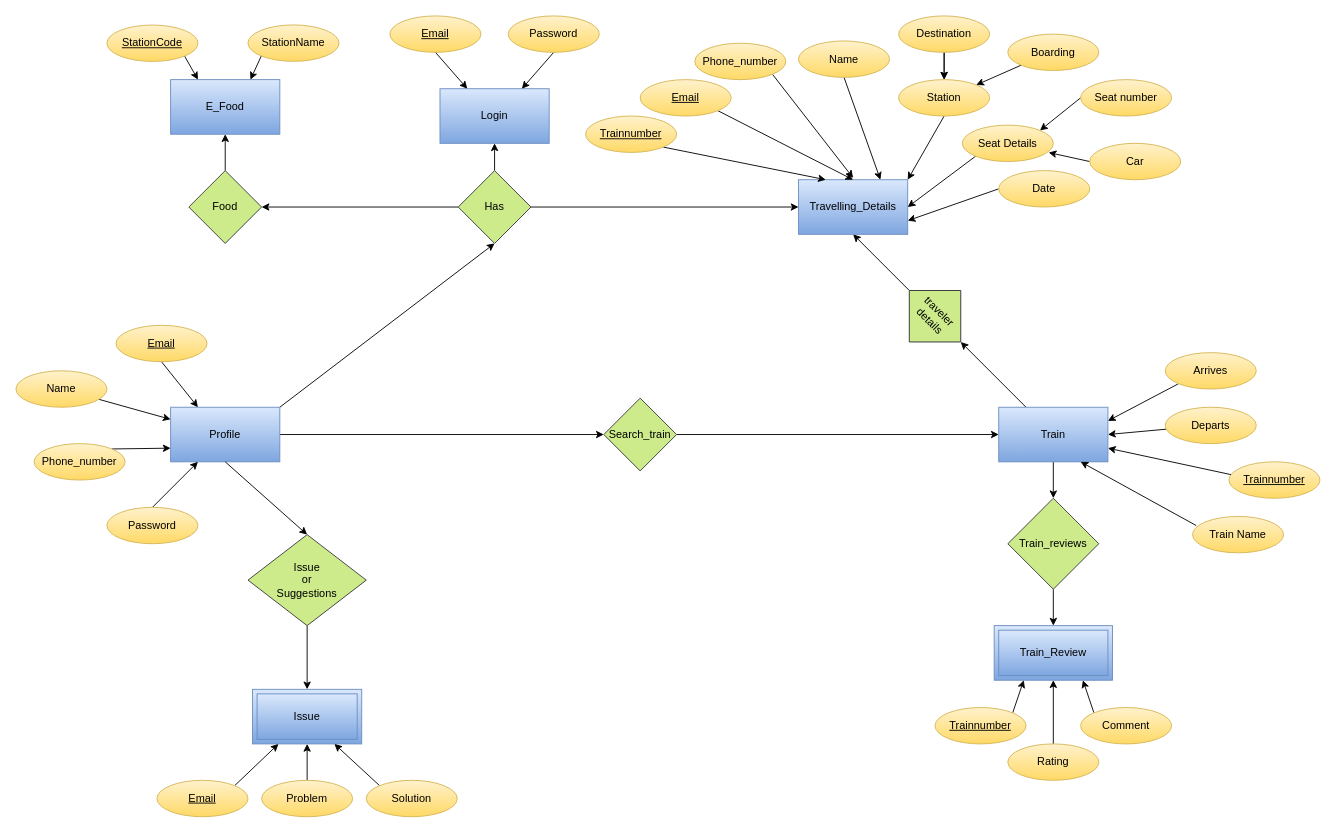
Earlier version of the draw.io diagram page "Page-1" (1 of 3) of ERdiagram.drawio (KarandeepSinghCoder/DBMSJcomponent). Source tidied: cells renumbered, new cells numbered last; positions are measured from the earlier drawing's top-left corner, leaving out a move shared by most shapes. Both pictures are drawn from the tidied source at 91%, with x=0, y=0 at pixel (15, 15).
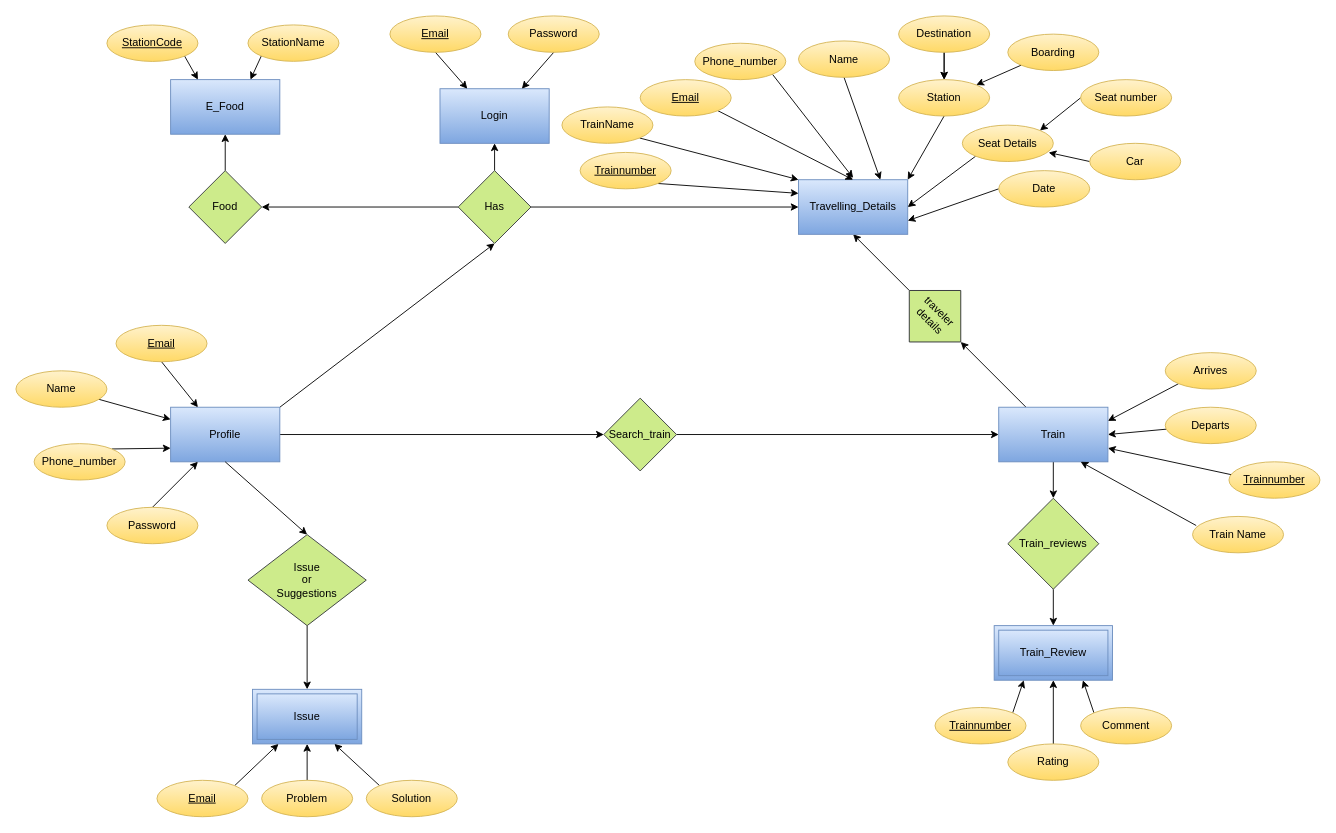
Above is the later version.

Unchanged cells that the change refers to:
```xml
<mxCell id="23" value="Travelling_Details" style="whiteSpace=wrap;html=1;rounded=0;fillColor=#dae8fc;strokeColor=#6c8ebf;gradientColor=#7ea6e0;" parent="1" vertex="1">
  <mxGeometry x="860" y="180" width="120" height="60" as="geometry" />
</mxCell>
```

Change to the diagram source:
```diff
@@
-    <mxCell id="59" style="edgeStyle=none;rounded=0;jettySize=auto;html=1;exitX=1;exitY=1;exitDx=0;exitDy=0;entryX=0.25;entryY=0;entryDx=0;entryDy=0;" parent="1" edge="1" source="60" target="23">
+    <mxCell id="59" style="edgeStyle=none;rounded=0;jettySize=auto;html=1;exitX=1;exitY=1;exitDx=0;exitDy=0;entryX=0;entryY=0.25;entryDx=0;entryDy=0;" parent="1" edge="1" source="60" target="23">
       <mxGeometry relative="1" as="geometry" />
     </mxCell>
     <mxCell id="60" value="&lt;u&gt;Trainnumber&lt;/u&gt;" style="ellipse;whiteSpace=wrap;html=1;align=center;rounded=0;fillColor=#fff2cc;strokeColor=#d6b656;gradientColor=#ffd966;" parent="1" vertex="1">
-      <mxGeometry x="626" y="110" width="100" height="40" as="geometry" />
+      <mxGeometry x="620" y="150" width="100" height="40" as="geometry" />
     </mxCell>
@@
+    <mxCell id="88" style="rounded=0;jettySize=auto;html=1;exitX=1;exitY=1;exitDx=0;exitDy=0;" parent="1" edge="1" source="89">
+      <mxGeometry relative="1" as="geometry">
+        <mxPoint x="860" y="180" as="targetPoint" />
+      </mxGeometry>
+    </mxCell>
+    <mxCell id="89" value="TrainName" style="ellipse;whiteSpace=wrap;html=1;align=center;rounded=0;gradientColor=#ffd966;fillColor=#fff2cc;strokeColor=#d6b656;" parent="1" vertex="1">
+      <mxGeometry x="600" y="100" width="100" height="40" as="geometry" />
+    </mxCell>
```
